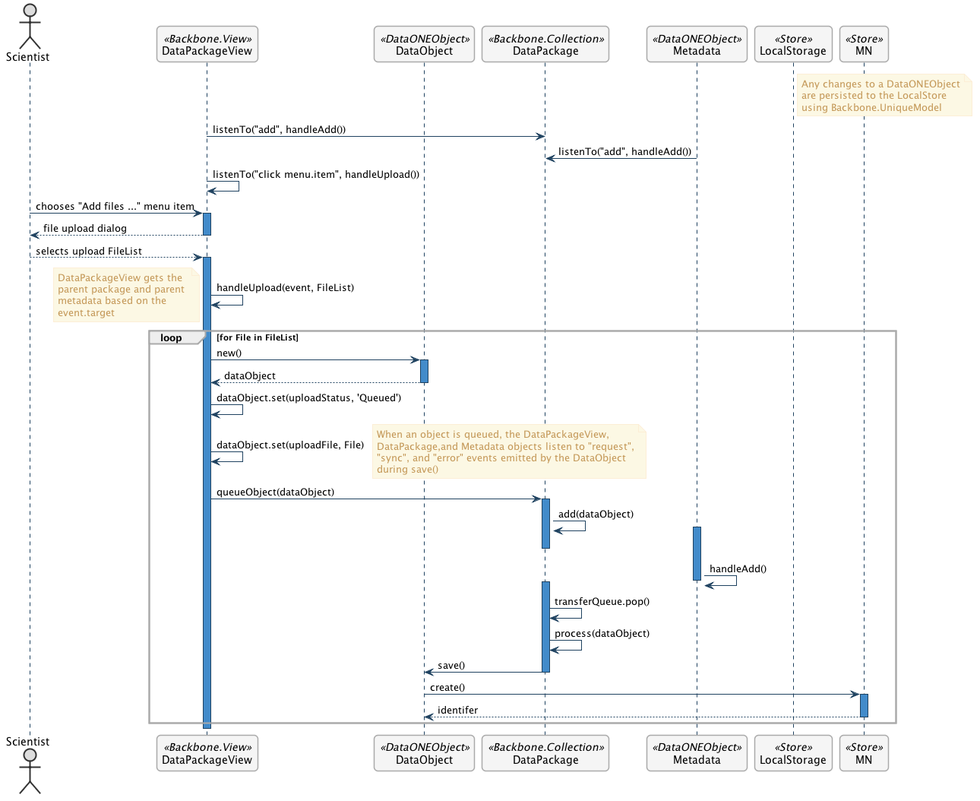
This is metacatui/docs/design/editor/use-cases/images/upload-data-sequence-diagram.png from NCEAS/metacatui, a PlantUML export, as it was before one commit.
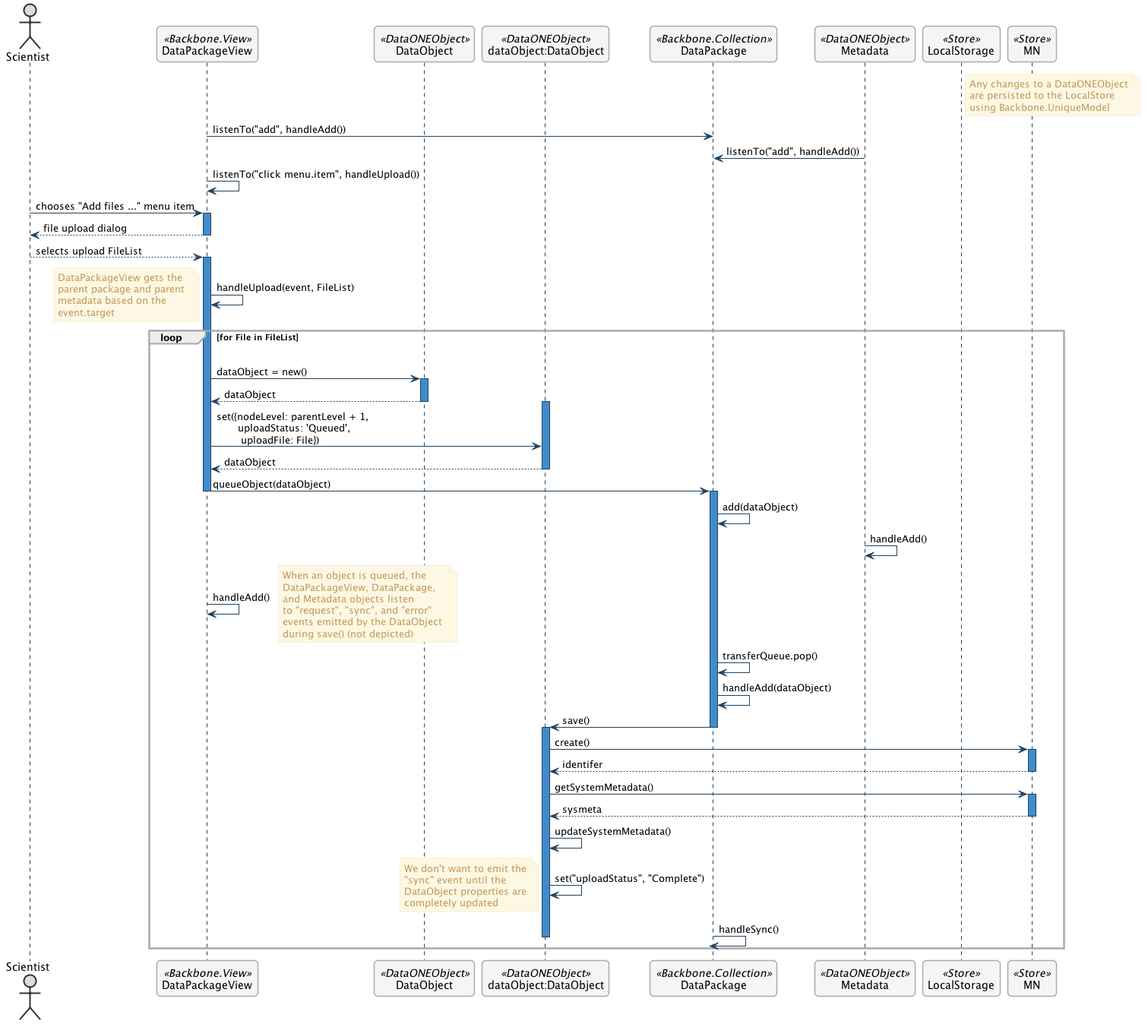
Above is the later version.

Commit message:
Create an instance participant of DataObject, and continue with the sequence.

Change to the diagram source:
```diff
@@ -36,6 +36,7 @@
   actor "Scientist"
   participant DataPackageView as PackageView <<Backbone.View>>
   participant DataObject as DataObject  <<DataONEObject>>
+  participant dataObject as "dataObject:DataObject"  <<DataONEObject>>
   participant DataPackage as DataPackage <<Backbone.Collection>>
   participant Metadata as Metadata <<DataONEObject>>
   participant LocalStorage as LocalStore  <<Store>>
@@ -69,42 +70,62 @@
     end note
 
     loop for File in FileList
-      PackageView -> DataObject : new()
+      |||
+      PackageView -> DataObject : dataObject = new()
 
       activate DataObject
         DataObject --> PackageView : dataObject
       deactivate DataObject
 
-      PackageView -> PackageView : dataObject.set(uploadStatus, 'Queued')
-      PackageView -> PackageView : dataObject.set(uploadFile, File)
-
-      note right
-        When an object is queued, the DataPackageView,
-        DataPackage,and Metadata objects listen to "request",
-        "sync", and "error" events emitted by the DataObject
-        during save()
-      end note
-
+      activate dataObject
+      PackageView -> dataObject : set({nodeLevel: parentLevel + 1,\n       uploadStatus: 'Queued',\n        uploadFile: File})
+      dataObject --> PackageView: dataObject
+      deactivate dataObject
       PackageView -> DataPackage : queueObject(dataObject)
+  deactivate PackageView
 
       activate DataPackage
         DataPackage -> DataPackage : add(dataObject)
+        Metadata -> Metadata : handleAdd()
+        PackageView -> PackageView : handleAdd()
 
-      activate Metadata
-      deactivate DataPackage
-        Metadata -> Metadata : handleAdd()
-      deactivate Metadata
-      activate DataPackage
+        note right
+          When an object is queued, the
+          DataPackageView, DataPackage,
+          and Metadata objects listen
+          to "request", "sync", and "error"
+          events emitted by the DataObject
+          during save() (not depicted)
+        end note
+
+
         DataPackage -> DataPackage : transferQueue.pop()
-        DataPackage -> DataPackage : process(dataObject)
-        DataPackage -> DataObject : save()
+        DataPackage -> DataPackage : handleAdd(dataObject)
+        DataPackage -> dataObject : save()
       deactivate DataPackage
 
-      DataObject -> MN : create()
-      activate MN
-        MN --> DataObject : identifer
-      deactivate MN
+      activate dataObject
+        dataObject -> MN : create()
+        activate MN
+          MN --> dataObject : identifer
+        deactivate MN
+
+        dataObject -> MN : getSystemMetadata()
+        activate MN
+          MN --> dataObject : sysmeta
+        deactivate MN
+        dataObject -> dataObject : updateSystemMetadata()
+        dataObject -> dataObject : set("uploadStatus", "Complete")
+
+        note left
+          We don't want to emit the
+          "sync" event until the
+          DataObject properties are
+          completely updated
+        end note
+      DataPackage -> DataPackage : handleSync()
+      deactivate dataObject
+
     end
-  deactivate PackageView
 
 @enduml
```
